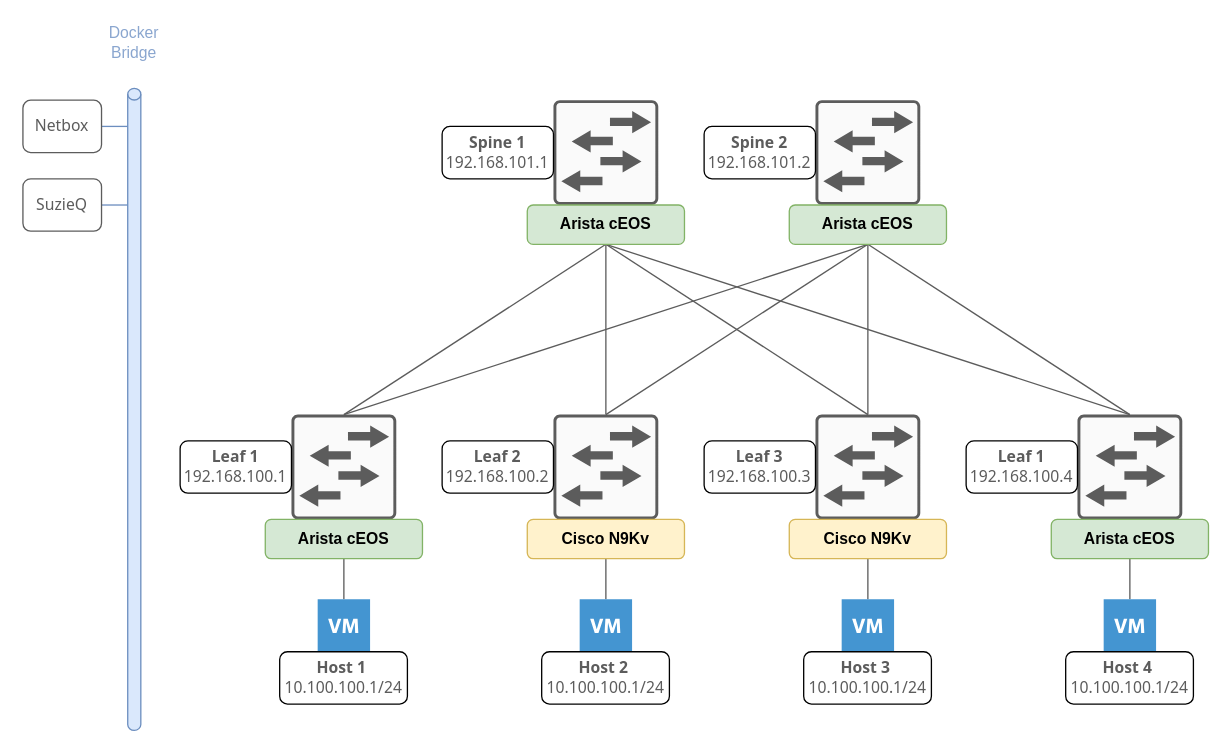
This is documentation/assets/images/diagrams/VXLAN.drawio from MasqAs/projet-vxlan-automation, a draw.io file, before an edit. Source tidied: cells renumbered, new cells numbered last; positions are measured from the earlier drawing's top-left corner, leaving out a move shared by most shapes. Both pictures are drawn from the tidied source at 131%, with x=0, y=0 at pixel (22, 22).
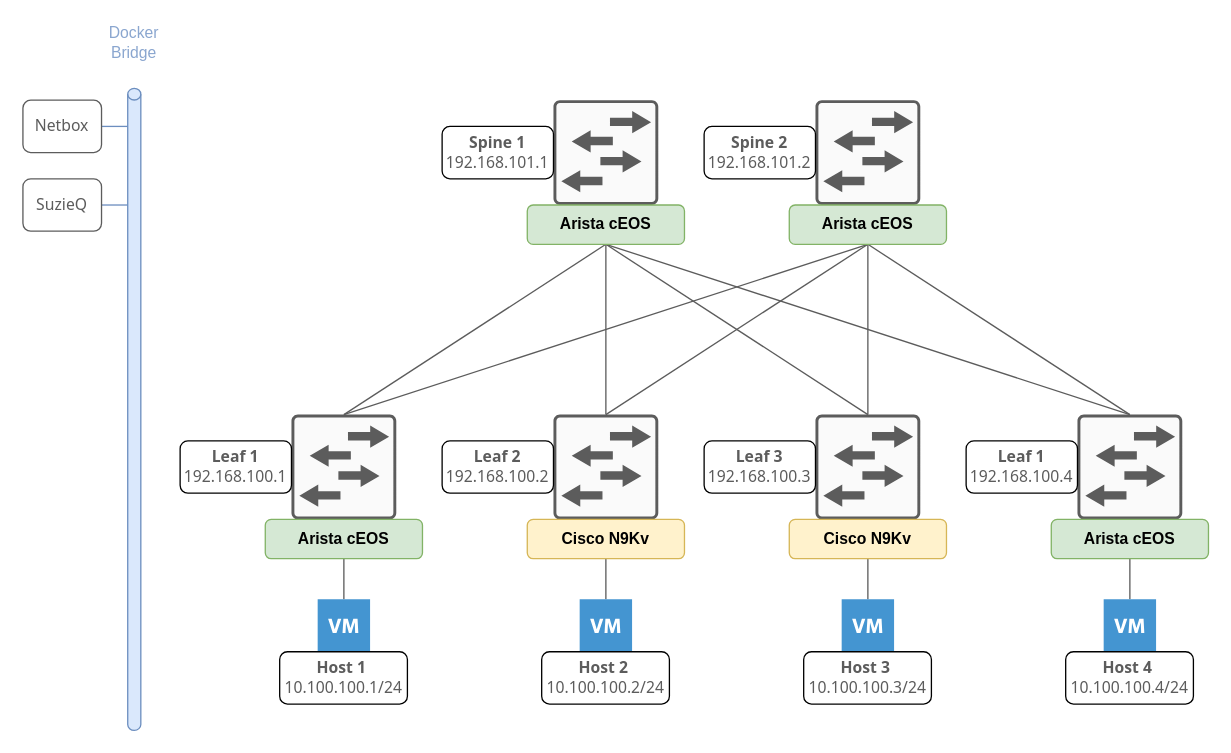
Above is the later version.

The edit, as a diff of the source:
```diff
@@
-    <mxCell id="37" value="&lt;div style=&quot;&quot;&gt;&lt;font face=&quot;Tahoma&quot; color=&quot;#5c5c5c&quot;&gt;&lt;b&gt;Host 2&amp;nbsp;&lt;/b&gt;&lt;/font&gt;&lt;/div&gt;&lt;div style=&quot;&quot;&gt;&lt;font face=&quot;Tahoma&quot; color=&quot;#5c5c5c&quot;&gt;10.100.100.1/24&lt;/font&gt;&lt;/div&gt;" style="rounded=1;whiteSpace=wrap;html=1;align=center;" parent="1" vertex="1">
+    <mxCell id="37" value="&lt;div style=&quot;&quot;&gt;&lt;font face=&quot;Tahoma&quot; color=&quot;#5c5c5c&quot;&gt;&lt;b&gt;Host 2&amp;nbsp;&lt;/b&gt;&lt;/font&gt;&lt;/div&gt;&lt;div style=&quot;&quot;&gt;&lt;font face=&quot;Tahoma&quot; color=&quot;#5c5c5c&quot;&gt;10.100.100.2/24&lt;/font&gt;&lt;/div&gt;" style="rounded=1;whiteSpace=wrap;html=1;align=center;" parent="1" vertex="1">
       <mxGeometry x="396" y="480" width="97.5" height="40" as="geometry" />
     </mxCell>
-    <mxCell id="38" value="&lt;div style=&quot;&quot;&gt;&lt;font face=&quot;Tahoma&quot; color=&quot;#5c5c5c&quot;&gt;&lt;b&gt;Host 3&amp;nbsp;&lt;/b&gt;&lt;/font&gt;&lt;/div&gt;&lt;div style=&quot;&quot;&gt;&lt;font face=&quot;Tahoma&quot; color=&quot;#5c5c5c&quot;&gt;10.100.100.1/24&lt;/font&gt;&lt;/div&gt;" style="rounded=1;whiteSpace=wrap;html=1;align=center;" parent="1" vertex="1">
+    <mxCell id="38" value="&lt;div style=&quot;&quot;&gt;&lt;font face=&quot;Tahoma&quot; color=&quot;#5c5c5c&quot;&gt;&lt;b&gt;Host 3&amp;nbsp;&lt;/b&gt;&lt;/font&gt;&lt;/div&gt;&lt;div style=&quot;&quot;&gt;&lt;font face=&quot;Tahoma&quot; color=&quot;#5c5c5c&quot;&gt;10.100.100.3/24&lt;/font&gt;&lt;/div&gt;" style="rounded=1;whiteSpace=wrap;html=1;align=center;" parent="1" vertex="1">
       <mxGeometry x="596" y="480" width="97.5" height="40" as="geometry" />
     </mxCell>
-    <mxCell id="39" value="&lt;div style=&quot;&quot;&gt;&lt;font face=&quot;Tahoma&quot; color=&quot;#5c5c5c&quot;&gt;&lt;b&gt;Host 4&amp;nbsp;&lt;/b&gt;&lt;/font&gt;&lt;/div&gt;&lt;div style=&quot;&quot;&gt;&lt;font face=&quot;Tahoma&quot; color=&quot;#5c5c5c&quot;&gt;10.100.100.1/24&lt;/font&gt;&lt;/div&gt;" style="rounded=1;whiteSpace=wrap;html=1;align=center;" parent="1" vertex="1">
+    <mxCell id="39" value="&lt;div style=&quot;&quot;&gt;&lt;font face=&quot;Tahoma&quot; color=&quot;#5c5c5c&quot;&gt;&lt;b&gt;Host 4&amp;nbsp;&lt;/b&gt;&lt;/font&gt;&lt;/div&gt;&lt;div style=&quot;&quot;&gt;&lt;font face=&quot;Tahoma&quot; color=&quot;#5c5c5c&quot;&gt;10.100.100.4/24&lt;/font&gt;&lt;/div&gt;" style="rounded=1;whiteSpace=wrap;html=1;align=center;" parent="1" vertex="1">
       <mxGeometry x="796" y="480" width="97.5" height="40" as="geometry" />
     </mxCell>
```
